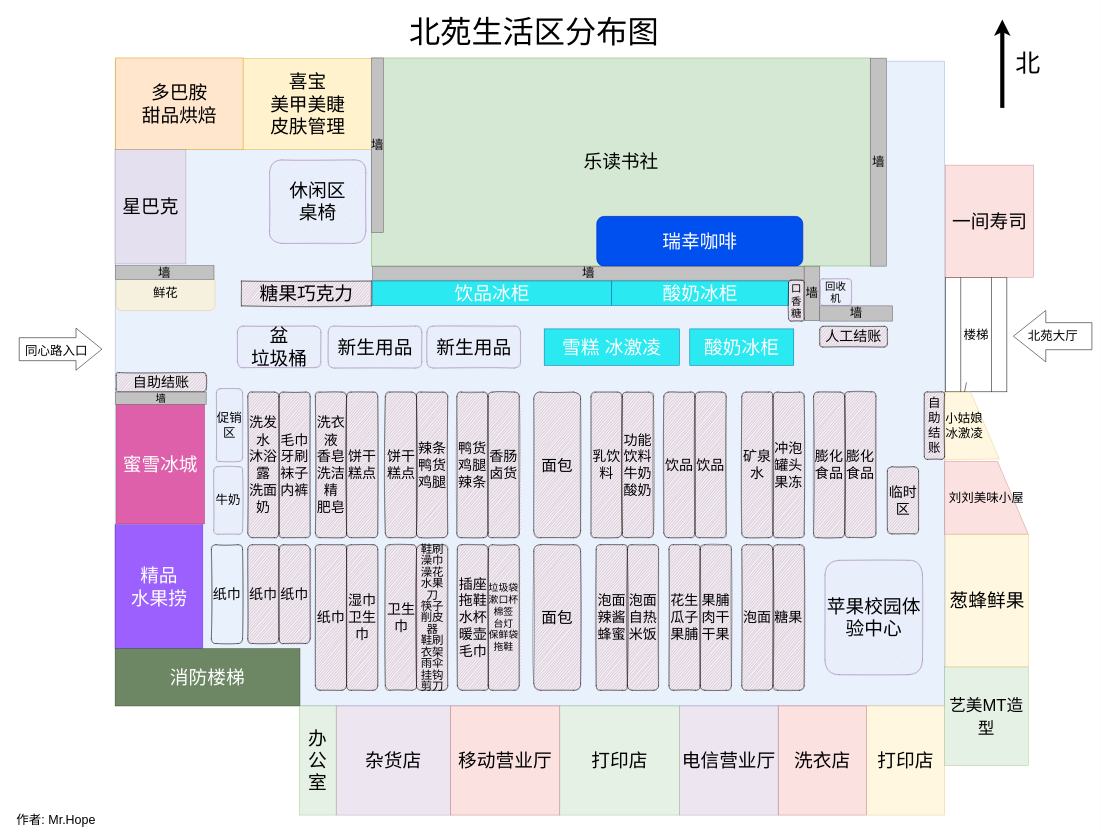
Above: img/life/beiyuan/map.drawio in inNENU/resourse (draw.io), before the change. Source tidied: cells renumbered, new cells numbered last; positions are measured from the earlier drawing's top-left corner, leaving out a move shared by most shapes. Both pictures are drawn from the tidied source at 52%, with x=0, y=0 at pixel (9, 9).
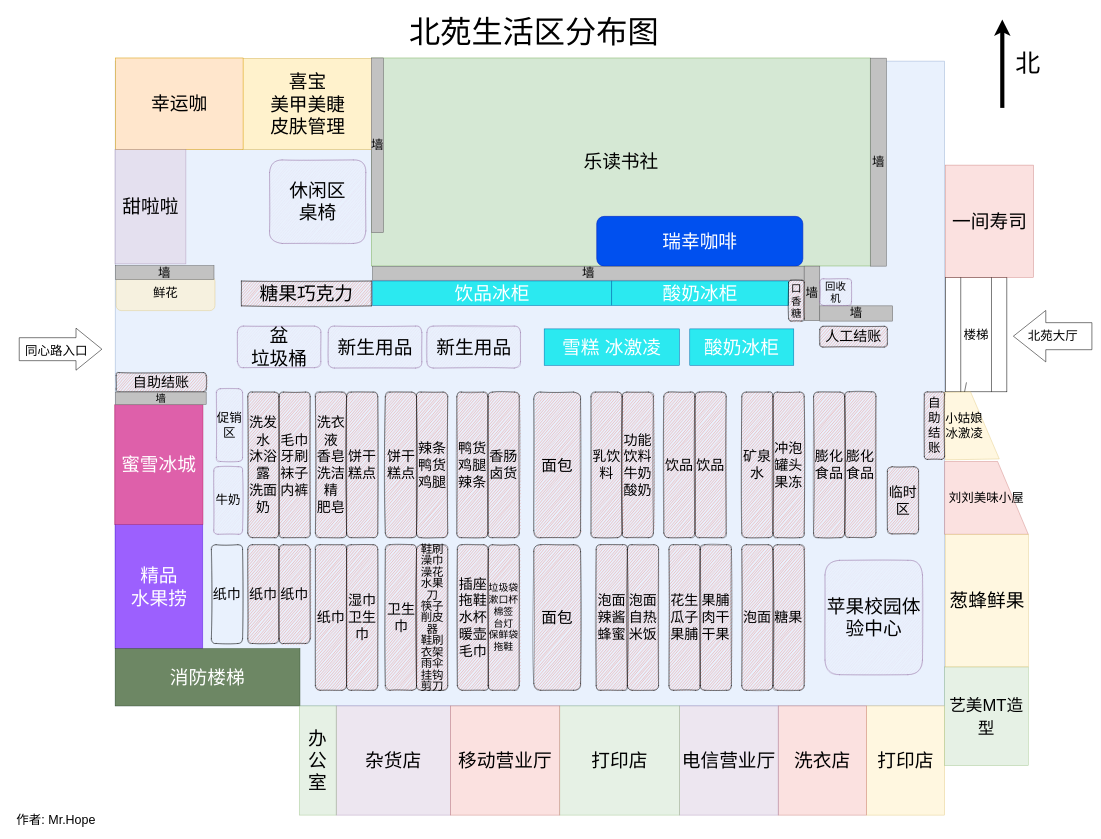
Above is the later version.

Change to the diagram source:
```diff
@@
     <mxCell id="18" value="蜜雪冰城" style="rounded=0;whiteSpace=wrap;html=1;shadow=0;glass=0;sketch=0;fillStyle=auto;fontSize=36;fillColor=#d80073;opacity=60;fontColor=#ffffff;strokeColor=#A50040;" parent="1" vertex="1">
-      <mxGeometry x="205.9" y="760" width="170" height="230" as="geometry" />
+      <mxGeometry x="202.9" y="761" width="170" height="230" as="geometry" />
     </mxCell>
@@
-    <mxCell id="70" value="多巴胺&lt;br&gt;甜品烘焙" style="rounded=0;whiteSpace=wrap;html=1;shadow=0;glass=0;sketch=0;fillColor=#ffe6cc;strokeColor=#d79b00;fontSize=36;" parent="1" vertex="1">
+    <mxCell id="70" value="幸运咖" style="rounded=0;whiteSpace=wrap;html=1;shadow=0;glass=0;sketch=0;fillColor=#ffe6cc;strokeColor=#d79b00;fontSize=36;" parent="1" vertex="1">
       <mxGeometry x="204.7" y="94" width="245.3" height="176" as="geometry" />
     </mxCell>
@@
-    <mxCell id="74" value="星巴克" style="rounded=0;whiteSpace=wrap;html=1;shadow=0;glass=0;sketch=0;fillStyle=auto;fontSize=36;fillColor=#e1d5e7;opacity=60;strokeColor=#9673a6;" parent="1" vertex="1">
+    <mxCell id="74" value="甜啦啦" style="rounded=0;whiteSpace=wrap;html=1;shadow=0;glass=0;sketch=0;fillStyle=auto;fontSize=36;fillColor=#e1d5e7;opacity=60;strokeColor=#9673a6;" parent="1" vertex="1">
       <mxGeometry x="203.7" y="270" width="136.3" height="220" as="geometry" />
     </mxCell>
```
